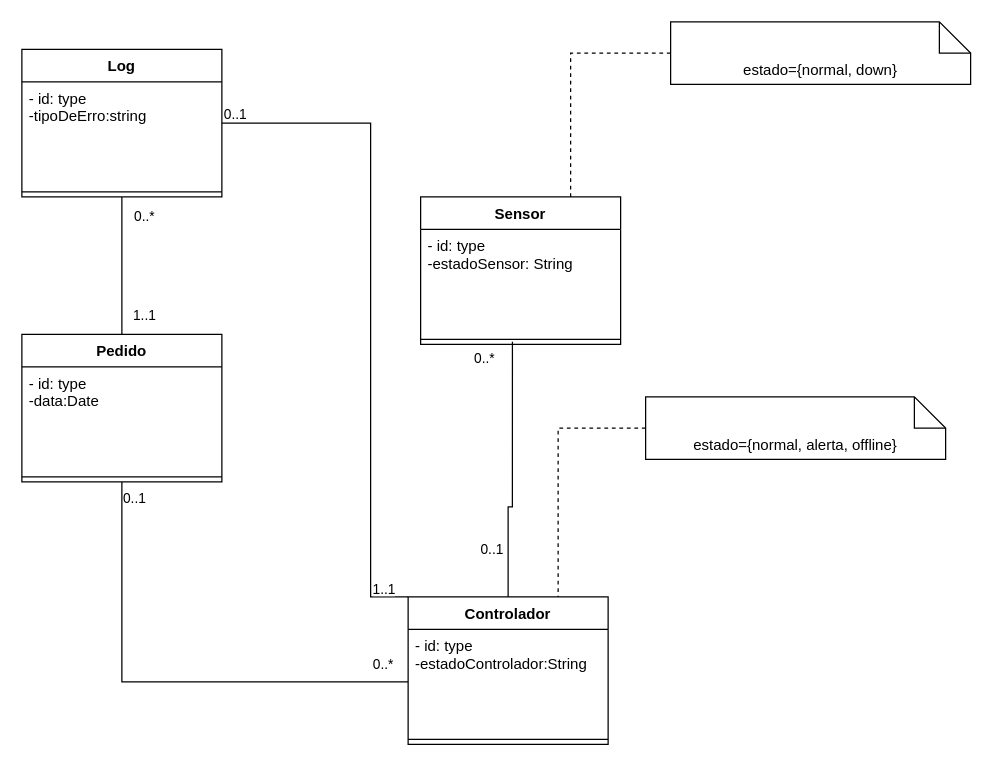
Earlier version of the draw.io diagram page "DClasses Sensor" (11 of 11) of Diagrama de Atividades_Trabalho_final.drawio (cunhaestgv/Colheitas). Source tidied: cells renumbered, new cells numbered last; positions are measured from the earlier drawing's top-left corner, leaving out a move shared by most shapes. Both pictures are drawn from the tidied source at 125%, with x=0, y=0 at pixel (21, 21).
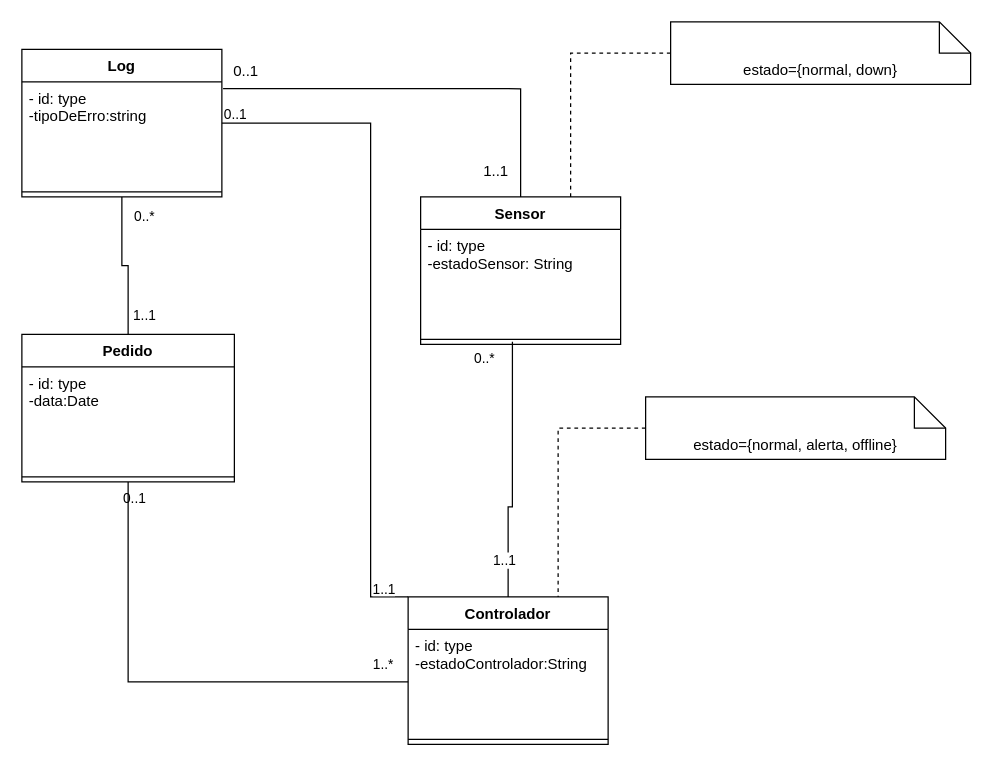
After the change.

The change refers to these unchanged cells:
```xml
<mxCell id="2" value="Sensor" style="swimlane;fontStyle=1;align=center;verticalAlign=top;horizontal=1;startSize=26;" parent="1" vertex="1">
  <mxGeometry x="319" y="140" width="160" height="118" as="geometry" />
</mxCell>
<mxCell id="14" value="- id: type&#10;-tipoDeErro:string&#10;&#10;" style="text;strokeColor=none;fillColor=none;align=left;verticalAlign=top;spacingLeft=4;spacingRight=4;overflow=hidden;points=[[0,0.5],[1,0.5]];portConstraint=eastwest;" parent="13" vertex="1">
  <mxGeometry y="26" width="160" height="84" as="geometry" />
</mxCell>
```

The edit, as a diff of the source:
```diff
@@
+    <mxCell id="30" style="edgeStyle=orthogonalEdgeStyle;rounded=0;jettySize=auto;html=1;entryX=1.006;entryY=0.065;entryDx=0;entryDy=0;entryPerimeter=0;endArrow=none;endFill=0;" parent="1" edge="1" source="2" target="14">
+      <mxGeometry relative="1" as="geometry" />
+    </mxCell>
@@
     <mxCell id="17" value="Pedido" style="swimlane;fontStyle=1;align=center;verticalAlign=top;horizontal=1;startSize=26;" parent="1" vertex="1">
-      <mxGeometry y="250" width="160" height="118" as="geometry" />
+      <mxGeometry y="250" width="170" height="118" as="geometry" />
     </mxCell>
-    <mxCell id="18" value="- id: type&#10;-data:Date&#10;" style="text;strokeColor=none;fillColor=none;align=left;verticalAlign=top;spacingLeft=4;spacingRight=4;overflow=hidden;" parent="17" vertex="1">
-      <mxGeometry y="26" width="160" height="84" as="geometry" />
+    <mxCell id="18" value="- id: type&#10;-data:Date&#10;&#10;" style="text;strokeColor=none;fillColor=none;align=left;verticalAlign=top;spacingLeft=4;spacingRight=4;overflow=hidden;" parent="17" vertex="1">
+      <mxGeometry y="26" width="170" height="84" as="geometry" />
     </mxCell>
     <mxCell id="19" style="line;strokeWidth=1;fillColor=none;align=left;verticalAlign=middle;spacingTop=-1;spacingLeft=3;spacingRight=3;labelPosition=right;" parent="17" vertex="1">
-      <mxGeometry y="110" width="160" height="8" as="geometry" />
+      <mxGeometry y="110" width="170" height="8" as="geometry" />
     </mxCell>
-    <mxCell id="20" value="0..1" style="edgeLabel;html=1;align=center;verticalAlign=middle;" parent="1" vertex="1">
-      <mxGeometry x="375" y="421" as="geometry" />
+    <mxCell id="20" value="1..1" style="edgeLabel;html=1;align=center;verticalAlign=middle;" parent="1" vertex="1">
+      <mxGeometry x="375" y="421" as="geometry">
+        <mxPoint x="10" y="9" as="offset" />
+      </mxGeometry>
     </mxCell>
-    <mxCell id="21" value="0..*" style="edgeLabel;html=1;align=center;verticalAlign=middle;" parent="1" vertex="1">
+    <mxCell id="21" value="1..*" style="edgeLabel;html=1;align=center;verticalAlign=middle;" parent="1" vertex="1">
       <mxGeometry x="403.4" y="289" as="geometry">
         <mxPoint x="-115" y="224" as="offset" />
       </mxGeometry>
     </mxCell>
@@
+    <mxCell id="31" value="0..1" style="text;html=1;align=center;verticalAlign=middle;strokeColor=none;" parent="1" vertex="1">
+      <mxGeometry x="159" y="30" width="40" height="20" as="geometry" />
+    </mxCell>
+    <mxCell id="32" value="1..1" style="text;html=1;align=center;verticalAlign=middle;strokeColor=none;" parent="1" vertex="1">
+      <mxGeometry x="359" y="110" width="40" height="20" as="geometry" />
+    </mxCell>
```
